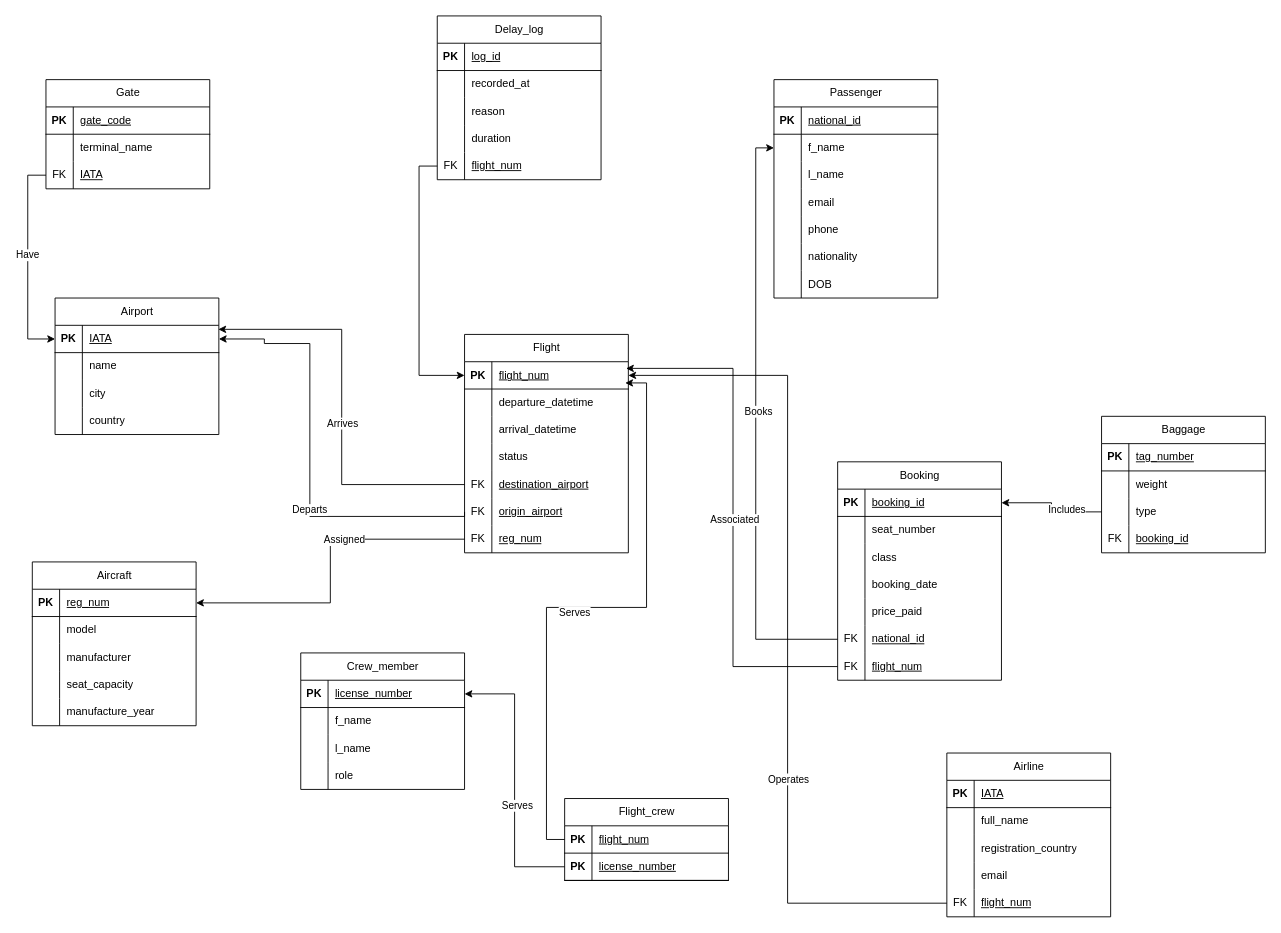
This is CR-001/SAS_Mapping_Update.drawio from Mohammed-Alhassni/Database-Project-SkyTrack-Airline-System, a draw.io file, before an edit. Source tidied: cells renumbered, new cells numbered last; positions are measured from the earlier drawing's top-left corner, leaving out a move shared by most shapes. Both pictures are drawn from the tidied source at 91%, with x=0, y=0 at pixel (32, 15).
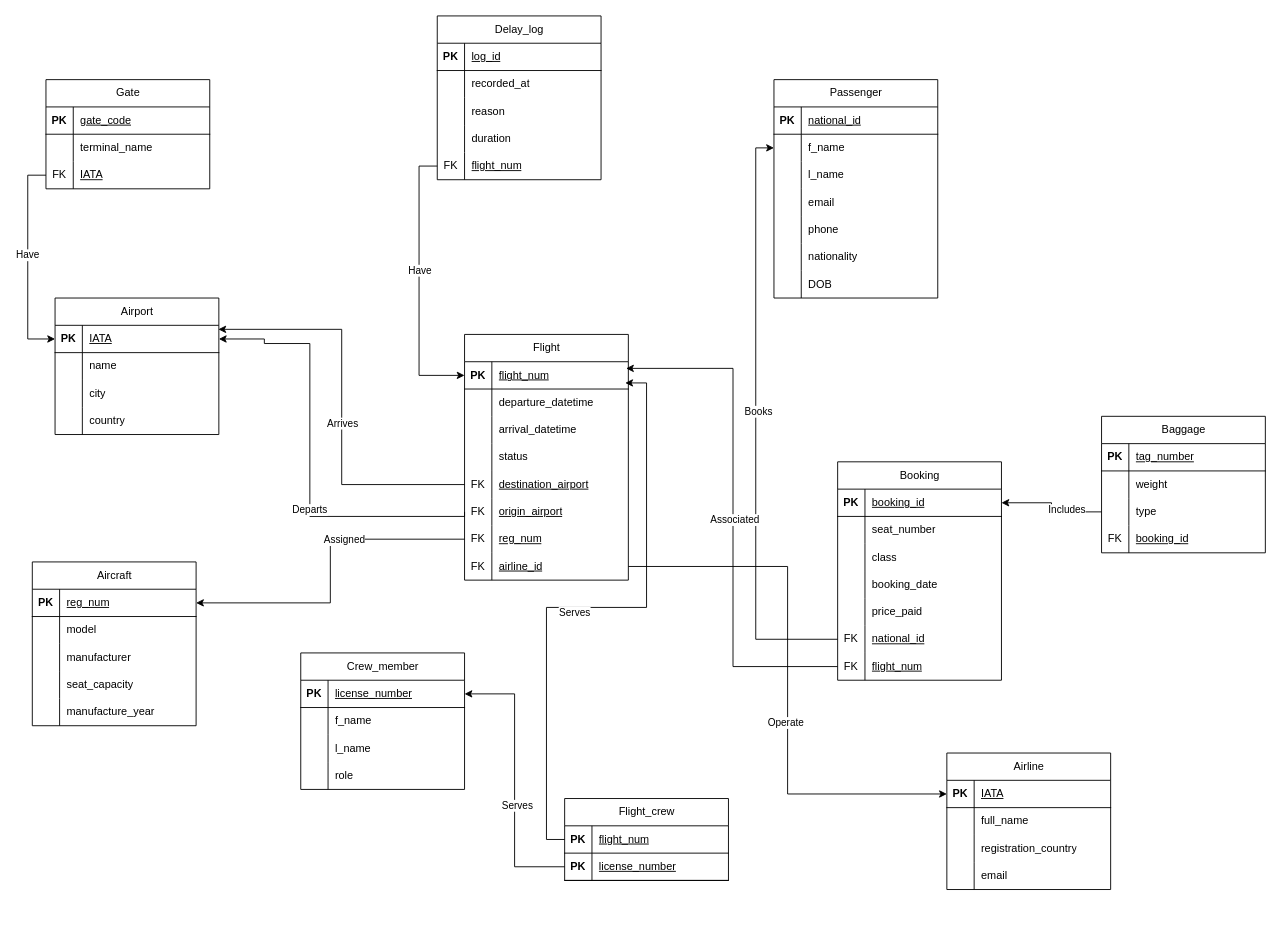
The same diagram, later.

Commit message:
Completed Mapping for updated erd

Unchanged cells that the change refers to:
```xml
<mxCell id="25" style="shape=tableRow;horizontal=0;startSize=0;swimlaneHead=0;swimlaneBody=0;fillColor=none;points=[[0,0.5],[1,0.5]];portConstraint=eastwest;top=0;left=0;right=0;bottom=1;" parent="24" vertex="1">
  <mxGeometry y="30" width="180" height="30" as="geometry" />
</mxCell>
<mxCell id="43" style="shape=tableRow;horizontal=0;startSize=0;swimlaneHead=0;swimlaneBody=0;fillColor=none;points=[[0,0.5],[1,0.5]];portConstraint=eastwest;top=0;left=0;right=0;bottom=0;" parent="24" vertex="1">
  <mxGeometry y="210" width="180" height="30" as="geometry" />
</mxCell>
<mxCell id="162" style="edgeStyle=orthogonalEdgeStyle;rounded=0;jettySize=auto;html=1;exitX=0;exitY=0.5;exitDx=0;exitDy=0;entryX=0;entryY=0.5;entryDx=0;entryDy=0;" parent="1" edge="1" source="159" target="25">
  <mxGeometry relative="1" as="geometry" />
</mxCell>
<mxCell id="176" style="shape=tableRow;horizontal=0;startSize=0;swimlaneHead=0;swimlaneBody=0;fillColor=none;points=[[0,0.5],[1,0.5]];portConstraint=eastwest;top=0;left=0;right=0;bottom=1;" parent="175" vertex="1">
  <mxGeometry y="30" width="180" height="30" as="geometry" />
</mxCell>
```

Change to the diagram source:
```diff
@@
     <mxCell id="24" value="&lt;span style=&quot;font-weight: 400; white-space: normal;&quot;&gt;Flight&lt;/span&gt;" style="shape=table;startSize=30;childLayout=tableLayout;rowLines=0;fontStyle=1;align=center;html=1;" parent="1" vertex="1">
-      <mxGeometry x="475" y="350" width="180" height="240" as="geometry" />
+      <mxGeometry x="475" y="350" width="180" height="270" as="geometry" />
     </mxCell>
@@
+    <mxCell id="193" style="shape=tableRow;horizontal=0;startSize=0;swimlaneHead=0;swimlaneBody=0;fillColor=none;points=[[0,0.5],[1,0.5]];portConstraint=eastwest;top=0;left=0;right=0;bottom=0;" parent="24" vertex="1">
+      <mxGeometry y="240" width="180" height="30" as="geometry" />
+    </mxCell>
+    <mxCell id="189" value="FK" style="shape=partialRectangle;fillColor=none;top=0;left=0;bottom=0;right=0;overflow=hidden;whiteSpace=wrap;html=1;" parent="193" vertex="1">
+      <mxGeometry width="30" height="30" as="geometry" />
+    </mxCell>
+    <mxCell id="194" value="&lt;div style=&quot;text-align: center;&quot;&gt;&lt;span style=&quot;background-color: transparent; color: light-dark(rgb(0, 0, 0), rgb(255, 255, 255));&quot;&gt;&lt;u&gt;airline_id&lt;/u&gt;&lt;/span&gt;&lt;/div&gt;" style="shape=partialRectangle;fillColor=none;top=0;left=0;bottom=0;right=0;align=left;spacingLeft=6;overflow=hidden;whiteSpace=wrap;html=1;" parent="193" vertex="1">
+      <mxGeometry x="30" width="150" height="30" as="geometry" />
+    </mxCell>
@@
+    <mxCell id="195" value="Have" style="edgeLabel;html=1;align=center;verticalAlign=middle;" parent="162" vertex="1">
+      <mxGeometry x="-0.11" relative="1" as="geometry" />
+    </mxCell>
@@
     <mxCell id="175" value="&lt;span style=&quot;font-weight: 400; white-space: normal;&quot;&gt;Airline&lt;/span&gt;" style="shape=table;startSize=30;childLayout=tableLayout;rowLines=0;fontStyle=1;align=center;html=1;" parent="1" vertex="1">
-      <mxGeometry x="1005" y="810" width="180" height="180" as="geometry" />
+      <mxGeometry x="1005" y="810" width="180" height="150" as="geometry" />
     </mxCell>
@@
-    <mxCell id="188" style="shape=tableRow;horizontal=0;startSize=0;swimlaneHead=0;swimlaneBody=0;fillColor=none;points=[[0,0.5],[1,0.5]];portConstraint=eastwest;top=0;left=0;right=0;bottom=0;" parent="175" vertex="1">
-      <mxGeometry y="150" width="180" height="30" as="geometry" />
-    </mxCell>
-    <mxCell id="189" value="FK" style="shape=partialRectangle;fillColor=none;top=0;left=0;bottom=0;right=0;overflow=hidden;whiteSpace=wrap;html=1;" parent="188" vertex="1">
-      <mxGeometry width="30" height="30" as="geometry" />
-    </mxCell>
-    <mxCell id="190" value="&lt;span style=&quot;text-align: center; text-decoration: underline;&quot;&gt;flight_num&lt;/span&gt;" style="shape=partialRectangle;fillColor=none;top=0;left=0;bottom=0;right=0;align=left;spacingLeft=6;overflow=hidden;whiteSpace=wrap;html=1;" parent="188" vertex="1">
-      <mxGeometry x="30" width="150" height="30" as="geometry" />
-    </mxCell>
-    <mxCell id="191" style="edgeStyle=orthogonalEdgeStyle;rounded=0;jettySize=auto;html=1;exitX=0;exitY=0.5;exitDx=0;exitDy=0;entryX=1;entryY=0.5;entryDx=0;entryDy=0;" parent="1" edge="1" source="188" target="25">
+    <mxCell id="191" style="edgeStyle=orthogonalEdgeStyle;rounded=0;jettySize=auto;html=1;exitX=0;exitY=0.5;exitDx=0;exitDy=0;entryX=1;entryY=0.5;entryDx=0;entryDy=0;startArrow=classic;startFill=1;endArrow=none;endFill=0;" parent="1" edge="1" target="43">
       <mxGeometry relative="1" as="geometry" />
     </mxCell>
@@
+    <mxCell id="196" style="edgeStyle=orthogonalEdgeStyle;rounded=0;jettySize=auto;html=1;exitX=1;exitY=0.5;exitDx=0;exitDy=0;entryX=0;entryY=0.5;entryDx=0;entryDy=0;" parent="1" edge="1" source="193" target="176">
+      <mxGeometry relative="1" as="geometry" />
+    </mxCell>
+    <mxCell id="197" value="Operate" style="edgeLabel;html=1;align=center;verticalAlign=middle;" parent="196" vertex="1">
+      <mxGeometry x="0.15" y="-3" relative="1" as="geometry">
+        <mxPoint y="1" as="offset" />
+      </mxGeometry>
+    </mxCell>
```
